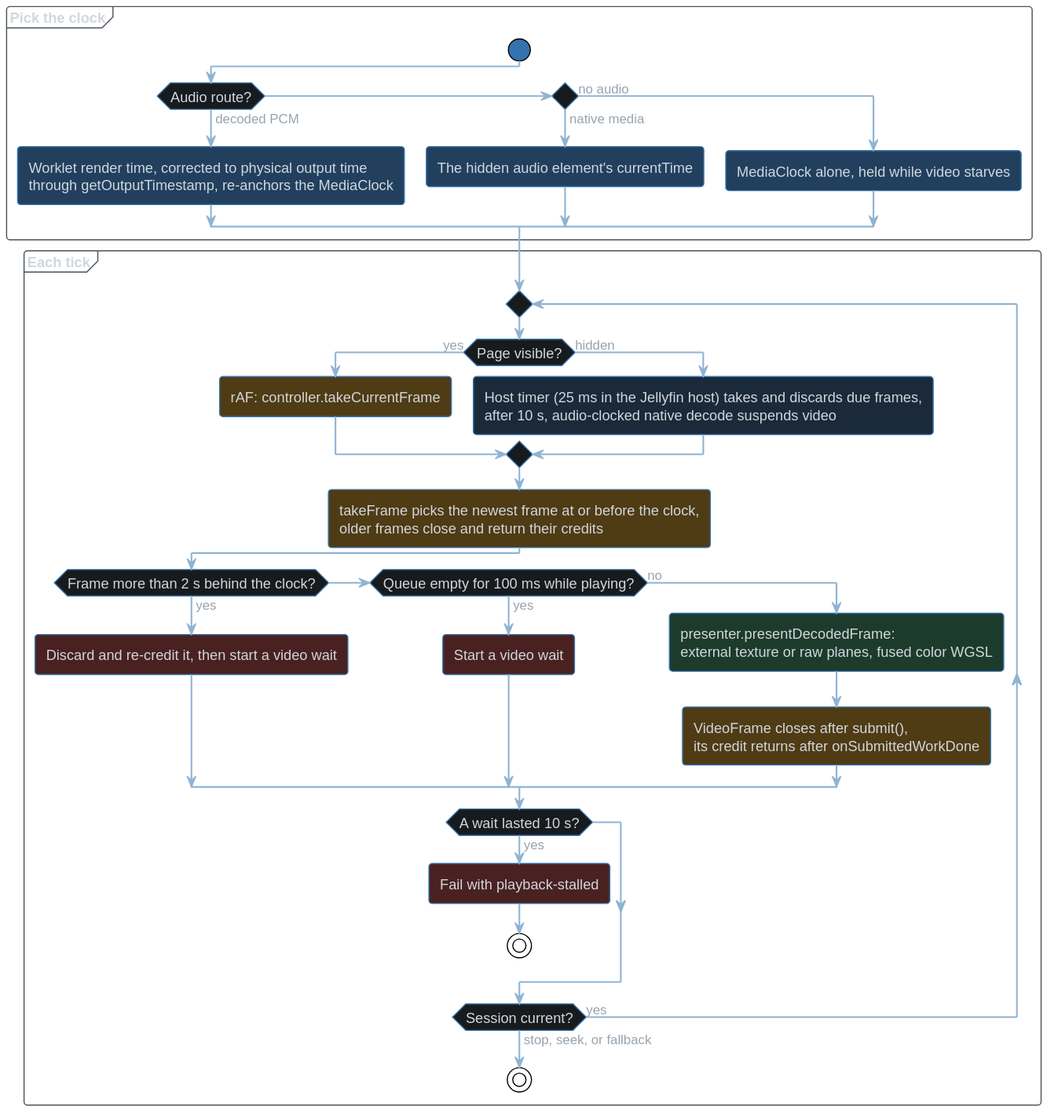
Earlier version of the PlantUML export docs/src/diagrams/frame-presentation.dark.svg (alchemyyy/WebGPU-Player). The source it was exported from:
```plantuml
@startuml
!include diagram-theme.puml

partition "Pick the clock" {
  start
  if (Audio route?) then (decoded PCM)
    :Worklet render time, corrected to physical output time
    through getOutputTimestamp, re-anchors the MediaClock; <<$HL_BLUE>>
  elseif () then (native media)
    :The hidden audio element's currentTime; <<$HL_BLUE>>
  else (no audio)
    :MediaClock alone, held while video starves; <<$HL_BLUE>>
  endif
}

partition "Each tick" {
  repeat
    if (Page visible?) then (yes)
      :rAF: controller.takeCurrentFrame; <<$HL_AMBER>>
    else (hidden)
      :Host timer (25 ms in the Jellyfin host) takes and discards due frames,
      after 10 s, audio-clocked native decode suspends video; <<$HL_NAVY>>
    endif
    :takeFrame picks the newest frame at or before the clock,
    older frames close and return their credits; <<$HL_AMBER>>
    if (Frame more than 2 s behind the clock?) then (yes)
      :Discard and re-credit it, then start a video wait; <<$HL_RED>>
    elseif (Queue empty for 100 ms while playing?) then (yes)
      :Start a video wait; <<$HL_RED>>
    else (no)
      :presenter.presentDecodedFrame:
      external texture or raw planes, fused color WGSL; <<$HL_GREEN>>
      :VideoFrame closes after submit(),
      its credit returns after onSubmittedWorkDone; <<$HL_AMBER>>
    endif
    if (A wait lasted 10 s?) then (yes)
      :Fail with playback-stalled; <<$HL_RED>>
      stop
    endif
  repeat while (Session current?) is (yes) not (stop, seek, or fallback)
  stop
}
@enduml
```
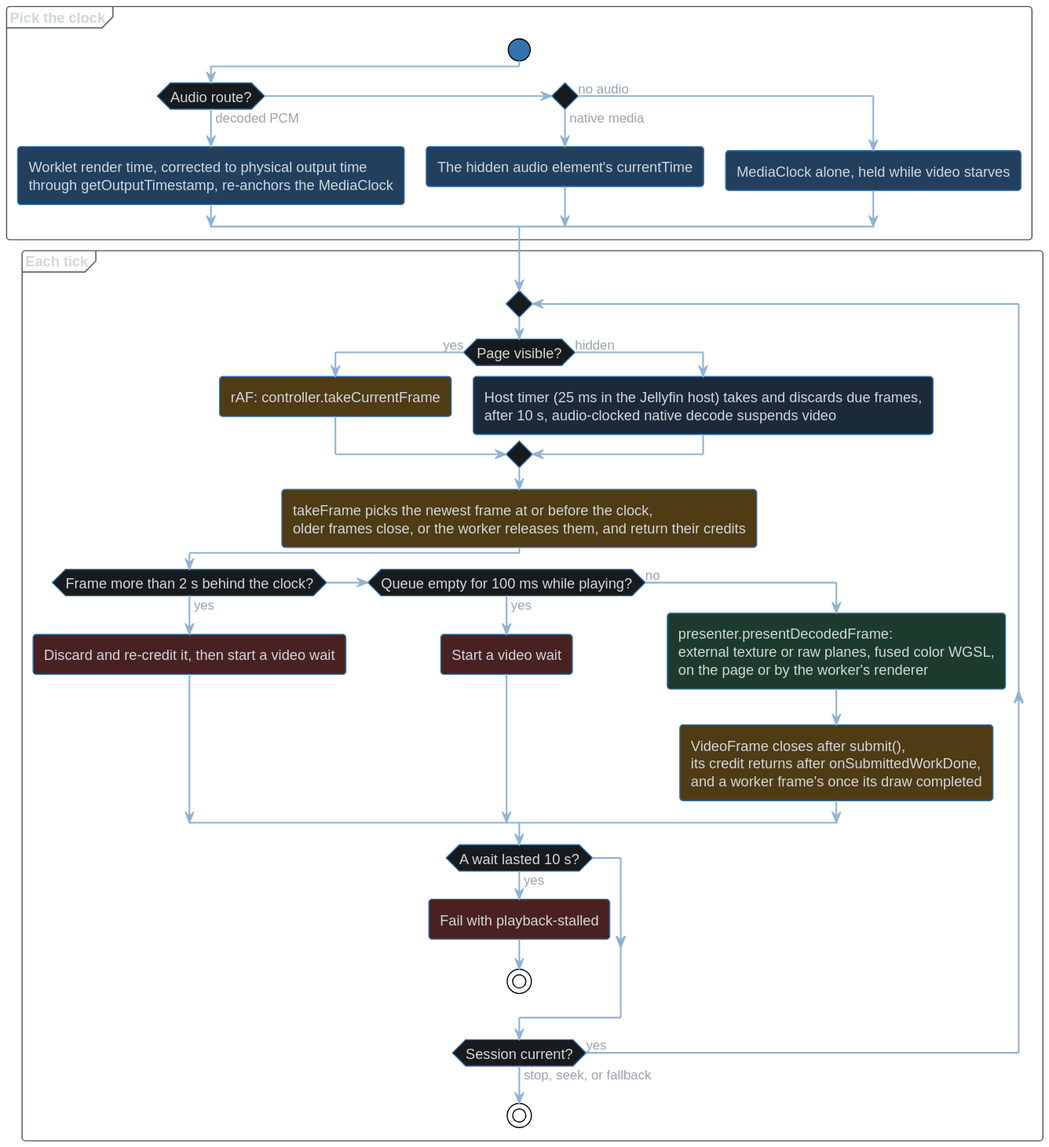
After the commit.

Change to the diagram source:
```diff
@@ -22,16 +22,18 @@
       after 10 s, audio-clocked native decode suspends video; <<$HL_NAVY>>
     endif
     :takeFrame picks the newest frame at or before the clock,
-    older frames close and return their credits; <<$HL_AMBER>>
+    older frames close, or the worker releases them, and return their credits; <<$HL_AMBER>>
     if (Frame more than 2 s behind the clock?) then (yes)
       :Discard and re-credit it, then start a video wait; <<$HL_RED>>
     elseif (Queue empty for 100 ms while playing?) then (yes)
       :Start a video wait; <<$HL_RED>>
     else (no)
       :presenter.presentDecodedFrame:
-      external texture or raw planes, fused color WGSL; <<$HL_GREEN>>
+      external texture or raw planes, fused color WGSL,
+      on the page or by the worker's renderer; <<$HL_GREEN>>
       :VideoFrame closes after submit(),
-      its credit returns after onSubmittedWorkDone; <<$HL_AMBER>>
+      its credit returns after onSubmittedWorkDone,
+      and a worker frame's once its draw completed; <<$HL_AMBER>>
     endif
     if (A wait lasted 10 s?) then (yes)
       :Fail with playback-stalled; <<$HL_RED>>
```
